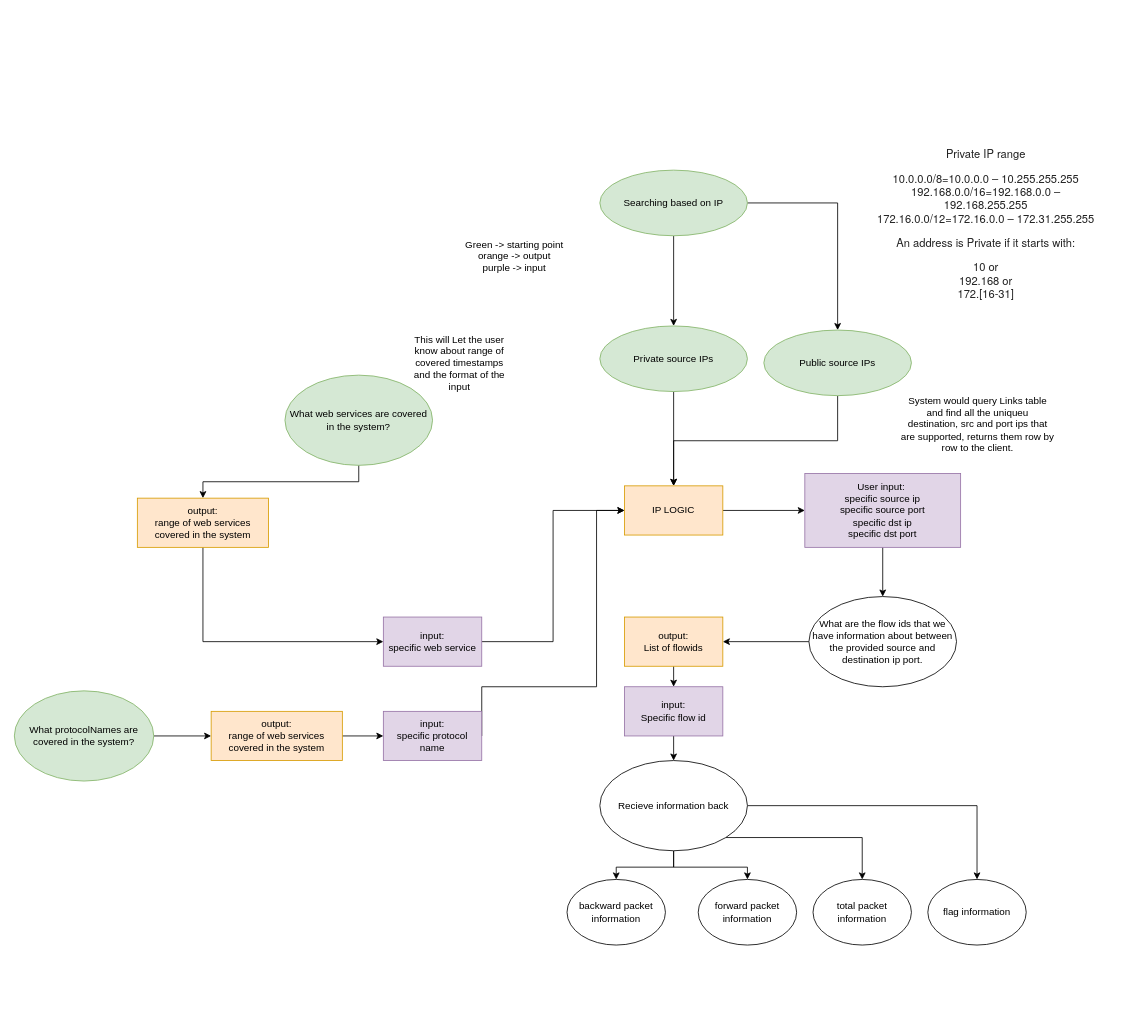
Above: ClientRequirement.drawio in Amiralizim/Networking (draw.io), before the change. Source tidied: cells renumbered, new cells numbered last; positions are measured from the earlier drawing's top-left corner, leaving out a move shared by most shapes. Both pictures are drawn from the tidied source at 82%, with x=0, y=0 at pixel (14, 137).
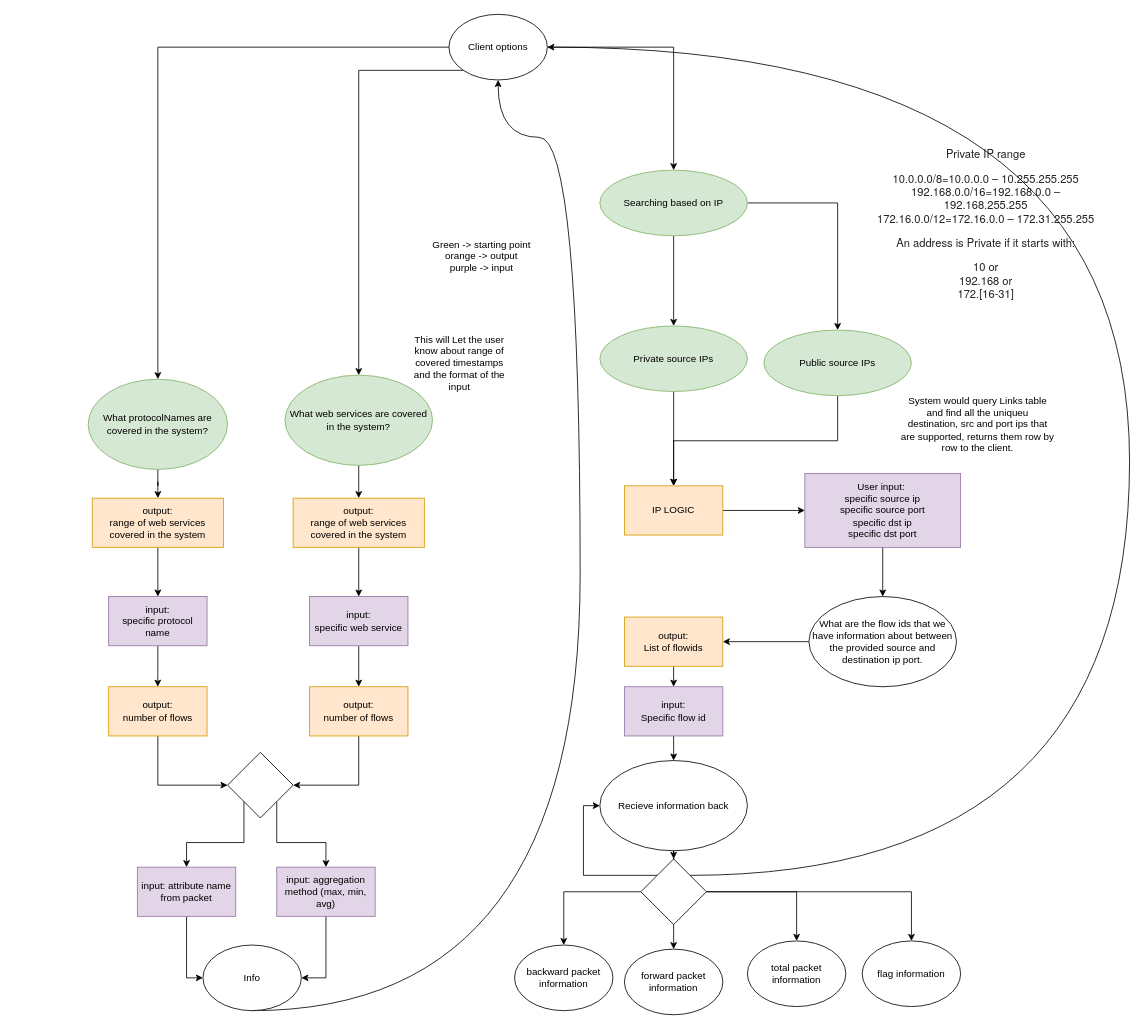
The same page after the edit.

Commit message:
added client requirement

The change refers to these unchanged cells:
```xml
<mxCell id="7" value="Recieve information back" style="ellipse;whiteSpace=wrap;html=1;" parent="1" vertex="1">
  <mxGeometry x="714" y="760" width="180" height="110" as="geometry" />
</mxCell>
<mxCell id="15" value="IP LOGIC" style="rounded=0;whiteSpace=wrap;html=1;fillColor=#ffe6cc;strokeColor=#d79b00;" parent="1" vertex="1">
  <mxGeometry x="744" y="425" width="120" height="60" as="geometry" />
</mxCell>
<mxCell id="17" value="What web services are covered in the system?" style="ellipse;whiteSpace=wrap;html=1;fillColor=#d5e8d4;strokeColor=#82b366;" parent="1" vertex="1">
  <mxGeometry x="330" y="290" width="180" height="110" as="geometry" />
</mxCell>
<mxCell id="38" value="Searching based on IP" style="ellipse;whiteSpace=wrap;html=1;fillColor=#d5e8d4;strokeColor=#82b366;" parent="1" vertex="1">
  <mxGeometry x="714" y="40" width="180" height="80" as="geometry" />
</mxCell>
```

Change to the diagram source:
```diff
@@
-    <mxCell id="3" style="edgeStyle=orthogonalEdgeStyle;rounded=0;jettySize=auto;html=1;exitX=1;exitY=0.5;exitDx=0;exitDy=0;entryX=0.5;entryY=0;entryDx=0;entryDy=0;" parent="1" edge="1" source="7" target="13">
-      <mxGeometry relative="1" as="geometry" />
-    </mxCell>
-    <mxCell id="4" style="edgeStyle=orthogonalEdgeStyle;rounded=0;jettySize=auto;html=1;exitX=1;exitY=1;exitDx=0;exitDy=0;entryX=0.5;entryY=0;entryDx=0;entryDy=0;" parent="1" edge="1" source="7" target="10">
-      <mxGeometry relative="1" as="geometry" />
-    </mxCell>
-    <mxCell id="5" style="edgeStyle=orthogonalEdgeStyle;rounded=0;jettySize=auto;html=1;exitX=0.5;exitY=1;exitDx=0;exitDy=0;entryX=0.5;entryY=0;entryDx=0;entryDy=0;" parent="1" edge="1" source="7" target="11">
-      <mxGeometry relative="1" as="geometry" />
-    </mxCell>
-    <mxCell id="6" style="edgeStyle=orthogonalEdgeStyle;rounded=0;jettySize=auto;html=1;exitX=0.5;exitY=1;exitDx=0;exitDy=0;entryX=0.5;entryY=0;entryDx=0;entryDy=0;" parent="1" edge="1" source="7" target="12">
-      <mxGeometry relative="1" as="geometry" />
-    </mxCell>
+    <mxCell id="44" style="edgeStyle=orthogonalEdgeStyle;rounded=0;jettySize=auto;html=1;exitX=0.5;exitY=1;exitDx=0;exitDy=0;" parent="1" edge="1" source="7" target="66">
+      <mxGeometry relative="1" as="geometry" />
+    </mxCell>
@@
     <mxCell id="10" value="total packet information" style="ellipse;whiteSpace=wrap;html=1;" parent="1" vertex="1">
-      <mxGeometry x="974" y="905" width="120" height="80" as="geometry" />
+      <mxGeometry x="894" y="980" width="120" height="80" as="geometry" />
     </mxCell>
     <mxCell id="11" value="forward packet information" style="ellipse;whiteSpace=wrap;html=1;" parent="1" vertex="1">
-      <mxGeometry x="834" y="905" width="120" height="80" as="geometry" />
+      <mxGeometry x="744" y="990" width="120" height="80" as="geometry" />
     </mxCell>
     <mxCell id="12" value="backward packet information" style="ellipse;whiteSpace=wrap;html=1;" parent="1" vertex="1">
-      <mxGeometry x="674" y="905" width="120" height="80" as="geometry" />
+      <mxGeometry x="610" y="985" width="120" height="80" as="geometry" />
     </mxCell>
     <mxCell id="13" value="flag information" style="ellipse;whiteSpace=wrap;html=1;" parent="1" vertex="1">
-      <mxGeometry x="1114" y="905" width="120" height="80" as="geometry" />
+      <mxGeometry x="1034" y="980" width="120" height="80" as="geometry" />
     </mxCell>
@@
     <mxCell id="18" value="Green -&amp;gt; starting point&lt;br&gt;orange -&amp;gt; output&lt;br&gt;purple -&amp;gt; input" style="text;html=1;strokeColor=none;fillColor=none;align=center;verticalAlign=middle;whiteSpace=wrap;rounded=0;" parent="1" vertex="1">
-      <mxGeometry x="520" y="130" width="180" height="30" as="geometry" />
+      <mxGeometry x="480" y="130" width="180" height="30" as="geometry" />
     </mxCell>
@@
-    <mxCell id="26" style="edgeStyle=orthogonalEdgeStyle;rounded=0;jettySize=auto;html=1;exitX=0.5;exitY=1;exitDx=0;exitDy=0;entryX=0;entryY=0.5;entryDx=0;entryDy=0;" parent="1" edge="1" source="27" target="29">
+    <mxCell id="26" style="edgeStyle=orthogonalEdgeStyle;rounded=0;jettySize=auto;html=1;exitX=0.5;exitY=1;exitDx=0;exitDy=0;" parent="1" edge="1" source="27" target="29">
       <mxGeometry relative="1" as="geometry" />
     </mxCell>
     <mxCell id="27" value="&lt;span&gt;output:&lt;br&gt;range of web services covered in the system&lt;br&gt;&lt;/span&gt;" style="rounded=0;whiteSpace=wrap;html=1;fillColor=#ffe6cc;strokeColor=#d79b00;" parent="1" vertex="1">
-      <mxGeometry x="150" y="440" width="160" height="60" as="geometry" />
+      <mxGeometry x="340" y="440" width="160" height="60" as="geometry" />
     </mxCell>
-    <mxCell id="28" style="edgeStyle=orthogonalEdgeStyle;rounded=0;jettySize=auto;html=1;exitX=1;exitY=0.5;exitDx=0;exitDy=0;entryX=0;entryY=0.5;entryDx=0;entryDy=0;" parent="1" edge="1" source="29" target="15">
-      <mxGeometry relative="1" as="geometry" />
-    </mxCell>
+    <mxCell id="45" style="edgeStyle=orthogonalEdgeStyle;rounded=0;jettySize=auto;html=1;" parent="1" edge="1" source="29">
+      <mxGeometry relative="1" as="geometry">
+        <mxPoint x="420" y="670" as="targetPoint" />
+      </mxGeometry>
+    </mxCell>
     <mxCell id="29" value="input:&lt;br&gt;specific web service" style="rounded=0;whiteSpace=wrap;html=1;fillColor=#e1d5e7;strokeColor=#9673a6;" parent="1" vertex="1">
-      <mxGeometry x="450" y="585" width="120" height="60" as="geometry" />
+      <mxGeometry x="360" y="560" width="120" height="60" as="geometry" />
     </mxCell>
@@
     <mxCell id="31" value="What protocolNames are covered in the system?" style="ellipse;whiteSpace=wrap;html=1;fillColor=#d5e8d4;strokeColor=#82b366;" parent="1" vertex="1">
-      <mxGeometry y="675" width="170" height="110" as="geometry" />
+      <mxGeometry x="90" y="295" width="170" height="110" as="geometry" />
     </mxCell>
-    <mxCell id="32" style="edgeStyle=orthogonalEdgeStyle;rounded=0;jettySize=auto;html=1;exitX=1;exitY=0.5;exitDx=0;exitDy=0;entryX=0;entryY=0.5;entryDx=0;entryDy=0;" parent="1" edge="1" source="33" target="15">
-      <mxGeometry relative="1" as="geometry">
-        <Array as="points">
-          <mxPoint x="570" y="670" />
-          <mxPoint x="710" y="670" />
-          <mxPoint x="710" y="455" />
-        </Array>
-      </mxGeometry>
-    </mxCell>
+    <mxCell id="46" style="edgeStyle=orthogonalEdgeStyle;rounded=0;jettySize=auto;html=1;exitX=0.5;exitY=1;exitDx=0;exitDy=0;" parent="1" edge="1" source="33">
+      <mxGeometry relative="1" as="geometry">
+        <mxPoint x="174.9" y="670" as="targetPoint" />
+      </mxGeometry>
+    </mxCell>
     <mxCell id="33" value="input:&lt;br&gt;specific protocol name" style="rounded=0;whiteSpace=wrap;html=1;fillColor=#e1d5e7;strokeColor=#9673a6;" parent="1" vertex="1">
-      <mxGeometry x="450" y="700" width="120" height="60" as="geometry" />
+      <mxGeometry x="115" y="560" width="120" height="60" as="geometry" />
     </mxCell>
-    <mxCell id="34" style="edgeStyle=orthogonalEdgeStyle;rounded=0;jettySize=auto;html=1;" parent="1" edge="1" source="35" target="33">
+    <mxCell id="34" style="edgeStyle=orthogonalEdgeStyle;rounded=0;jettySize=auto;html=1;exitX=0.5;exitY=1;exitDx=0;exitDy=0;" parent="1" edge="1" source="35" target="33">
       <mxGeometry relative="1" as="geometry" />
     </mxCell>
     <mxCell id="35" value="&lt;span&gt;output:&lt;br&gt;range of web services covered in the system&lt;br&gt;&lt;/span&gt;" style="rounded=0;whiteSpace=wrap;html=1;fillColor=#ffe6cc;strokeColor=#d79b00;" parent="1" vertex="1">
-      <mxGeometry x="240" y="700" width="160" height="60" as="geometry" />
+      <mxGeometry x="95" y="440" width="160" height="60" as="geometry" />
     </mxCell>
@@
+    <mxCell id="47" style="edgeStyle=orthogonalEdgeStyle;rounded=0;jettySize=auto;html=1;exitX=0.5;exitY=1;exitDx=0;exitDy=0;entryX=1;entryY=0.5;entryDx=0;entryDy=0;" parent="1" edge="1" source="48" target="57">
+      <mxGeometry relative="1" as="geometry" />
+    </mxCell>
+    <mxCell id="48" value="output:&lt;br&gt;number of flows" style="rounded=0;whiteSpace=wrap;html=1;fillColor=#ffe6cc;strokeColor=#d79b00;" parent="1" vertex="1">
+      <mxGeometry x="360" y="670" width="120" height="60" as="geometry" />
+    </mxCell>
+    <mxCell id="49" style="edgeStyle=orthogonalEdgeStyle;rounded=0;jettySize=auto;html=1;exitX=0.5;exitY=1;exitDx=0;exitDy=0;entryX=0;entryY=0.5;entryDx=0;entryDy=0;" parent="1" edge="1" source="50" target="57">
+      <mxGeometry relative="1" as="geometry" />
+    </mxCell>
+    <mxCell id="50" value="output:&lt;br&gt;number of flows" style="rounded=0;whiteSpace=wrap;html=1;fillColor=#ffe6cc;strokeColor=#d79b00;" parent="1" vertex="1">
+      <mxGeometry x="115" y="670" width="120" height="60" as="geometry" />
+    </mxCell>
+    <mxCell id="51" style="edgeStyle=orthogonalEdgeStyle;rounded=0;jettySize=auto;html=1;exitX=0.5;exitY=1;exitDx=0;exitDy=0;entryX=0;entryY=0.5;entryDx=0;entryDy=0;" parent="1" edge="1" source="52" target="59">
+      <mxGeometry relative="1" as="geometry" />
+    </mxCell>
+    <mxCell id="52" value="input: attribute name from packet" style="rounded=0;whiteSpace=wrap;html=1;fillColor=#e1d5e7;strokeColor=#9673a6;" parent="1" vertex="1">
+      <mxGeometry x="150" y="890" width="120" height="60" as="geometry" />
+    </mxCell>
+    <mxCell id="53" style="edgeStyle=orthogonalEdgeStyle;rounded=0;jettySize=auto;html=1;exitX=0.5;exitY=1;exitDx=0;exitDy=0;entryX=1;entryY=0.5;entryDx=0;entryDy=0;" parent="1" edge="1" source="54" target="59">
+      <mxGeometry relative="1" as="geometry" />
+    </mxCell>
+    <mxCell id="54" value="input: aggregation method (max, min, avg)" style="rounded=0;whiteSpace=wrap;html=1;fillColor=#e1d5e7;strokeColor=#9673a6;" parent="1" vertex="1">
+      <mxGeometry x="320" y="890" width="120" height="60" as="geometry" />
+    </mxCell>
+    <mxCell id="55" style="edgeStyle=orthogonalEdgeStyle;rounded=0;jettySize=auto;html=1;exitX=1;exitY=1;exitDx=0;exitDy=0;entryX=0.5;entryY=0;entryDx=0;entryDy=0;" parent="1" edge="1" source="57" target="54">
+      <mxGeometry relative="1" as="geometry" />
+    </mxCell>
+    <mxCell id="56" style="edgeStyle=orthogonalEdgeStyle;rounded=0;jettySize=auto;html=1;exitX=0;exitY=1;exitDx=0;exitDy=0;entryX=0.5;entryY=0;entryDx=0;entryDy=0;" parent="1" edge="1" source="57" target="52">
+      <mxGeometry relative="1" as="geometry" />
+    </mxCell>
+    <mxCell id="57" style="rhombus;whiteSpace=wrap;html=1;" parent="1" vertex="1">
+      <mxGeometry x="260" y="750" width="80" height="80" as="geometry" />
+    </mxCell>
+    <mxCell id="58" style="edgeStyle=orthogonalEdgeStyle;curved=1;rounded=0;jettySize=auto;html=1;exitX=0.5;exitY=1;exitDx=0;exitDy=0;entryX=0.5;entryY=1;entryDx=0;entryDy=0;" parent="1" edge="1" source="59" target="70">
+      <mxGeometry relative="1" as="geometry">
+        <Array as="points">
+          <mxPoint x="690" y="1065" />
+          <mxPoint x="690" />
+          <mxPoint x="590" />
+        </Array>
+      </mxGeometry>
+    </mxCell>
+    <mxCell id="59" value="Info" style="ellipse;whiteSpace=wrap;html=1;" parent="1" vertex="1">
+      <mxGeometry x="230" y="985" width="120" height="80" as="geometry" />
+    </mxCell>
+    <mxCell id="60" style="edgeStyle=orthogonalEdgeStyle;rounded=0;jettySize=auto;html=1;exitX=0.5;exitY=1;exitDx=0;exitDy=0;entryX=0.5;entryY=0;entryDx=0;entryDy=0;" parent="1" edge="1" source="66" target="11">
+      <mxGeometry relative="1" as="geometry" />
+    </mxCell>
+    <mxCell id="61" style="edgeStyle=orthogonalEdgeStyle;rounded=0;jettySize=auto;html=1;exitX=1;exitY=0.5;exitDx=0;exitDy=0;entryX=0.5;entryY=0;entryDx=0;entryDy=0;" parent="1" edge="1" source="66" target="10">
+      <mxGeometry relative="1" as="geometry" />
+    </mxCell>
+    <mxCell id="62" style="edgeStyle=orthogonalEdgeStyle;rounded=0;jettySize=auto;html=1;exitX=0;exitY=0.5;exitDx=0;exitDy=0;entryX=0.5;entryY=0;entryDx=0;entryDy=0;" parent="1" edge="1" source="66" target="12">
+      <mxGeometry relative="1" as="geometry" />
+    </mxCell>
+    <mxCell id="63" style="edgeStyle=orthogonalEdgeStyle;rounded=0;jettySize=auto;html=1;exitX=1;exitY=0.5;exitDx=0;exitDy=0;entryX=0.5;entryY=0;entryDx=0;entryDy=0;" parent="1" edge="1" source="66" target="13">
+      <mxGeometry relative="1" as="geometry" />
+    </mxCell>
+    <mxCell id="64" style="edgeStyle=orthogonalEdgeStyle;rounded=0;jettySize=auto;html=1;exitX=0;exitY=0;exitDx=0;exitDy=0;entryX=0;entryY=0.5;entryDx=0;entryDy=0;" parent="1" edge="1" source="66" target="7">
+      <mxGeometry relative="1" as="geometry">
+        <Array as="points">
+          <mxPoint x="694" y="900" />
+          <mxPoint x="694" y="815" />
+        </Array>
+      </mxGeometry>
+    </mxCell>
+    <mxCell id="65" style="edgeStyle=orthogonalEdgeStyle;curved=1;rounded=0;jettySize=auto;html=1;exitX=1;exitY=0;exitDx=0;exitDy=0;entryX=1;entryY=0.5;entryDx=0;entryDy=0;" parent="1" edge="1" source="66" target="70">
+      <mxGeometry relative="1" as="geometry">
+        <Array as="points">
+          <mxPoint x="1360" y="900" />
+          <mxPoint x="1360" y="-110" />
+        </Array>
+      </mxGeometry>
+    </mxCell>
+    <mxCell id="66" style="rhombus;whiteSpace=wrap;html=1;" parent="1" vertex="1">
+      <mxGeometry x="764" y="880" width="80" height="80" as="geometry" />
+    </mxCell>
+    <mxCell id="67" style="edgeStyle=orthogonalEdgeStyle;rounded=0;jettySize=auto;html=1;exitX=1;exitY=0.5;exitDx=0;exitDy=0;entryX=0.5;entryY=0;entryDx=0;entryDy=0;" parent="1" edge="1" source="70" target="38">
+      <mxGeometry relative="1" as="geometry" />
+    </mxCell>
+    <mxCell id="68" style="edgeStyle=orthogonalEdgeStyle;rounded=0;jettySize=auto;html=1;exitX=0;exitY=0.5;exitDx=0;exitDy=0;entryX=0.5;entryY=0;entryDx=0;entryDy=0;" parent="1" edge="1" source="70" target="31">
+      <mxGeometry relative="1" as="geometry" />
+    </mxCell>
+    <mxCell id="69" style="edgeStyle=orthogonalEdgeStyle;rounded=0;jettySize=auto;html=1;exitX=0;exitY=1;exitDx=0;exitDy=0;" parent="1" edge="1" source="70" target="17">
+      <mxGeometry relative="1" as="geometry" />
+    </mxCell>
+    <mxCell id="70" value="Client options" style="ellipse;whiteSpace=wrap;html=1;" parent="1" vertex="1">
+      <mxGeometry x="530" y="-150" width="120" height="80" as="geometry" />
+    </mxCell>
```
